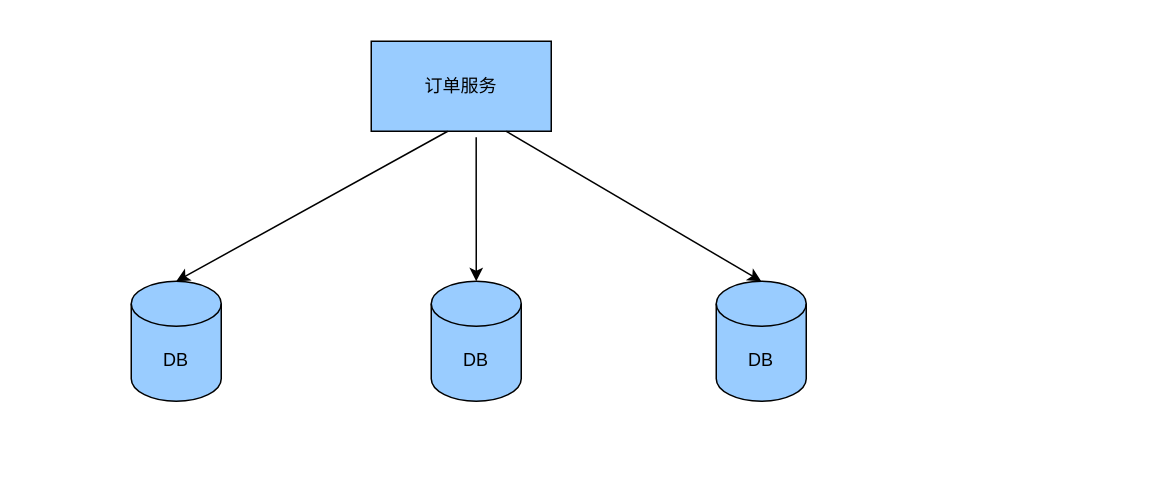
The draw.io diagram drawio/分布式ID.drawio in u014427391/javatrainingcamp, before the edit. Source tidied: cells renumbered, new cells numbered last; positions are measured from the earlier drawing's top-left corner, leaving out a move shared by most shapes. Both pictures are drawn from the tidied source at 150%, with x=0, y=0 at pixel (130, 40).
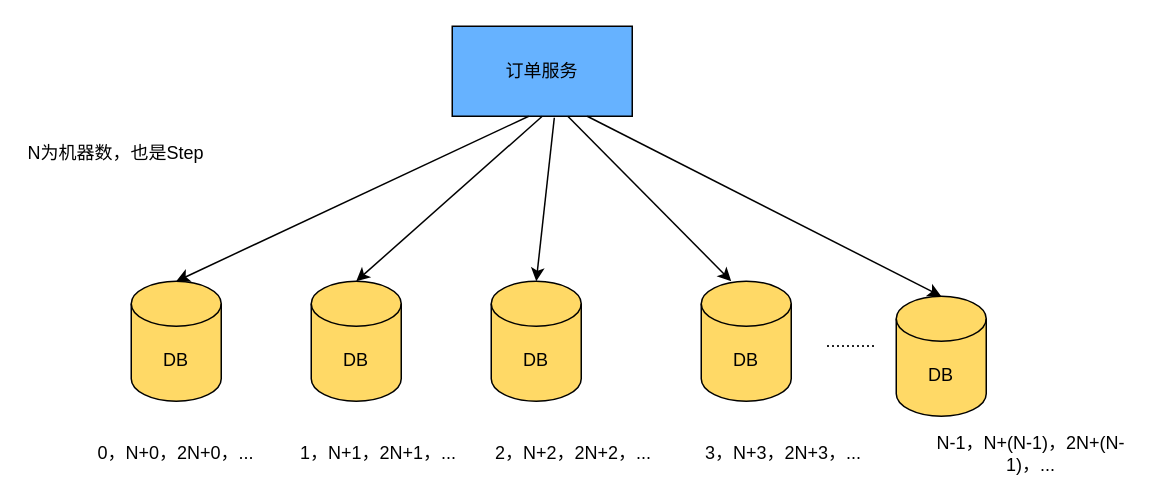
The same page after the edit.

Change to the diagram source:
```diff
@@
 <mxGraphModel>
   <root>
     <mxCell id="0" />
     <mxCell id="1" parent="0" />
-    <mxCell id="2" value="订单服务" style="rounded=0;whiteSpace=wrap;html=1;fillColor=#99CCFF;" parent="1" vertex="1">
-      <mxGeometry x="160" width="120" height="60" as="geometry" />
+    <mxCell id="2" value="订单服务" style="rounded=0;whiteSpace=wrap;html=1;fillColor=#66B2FF;" parent="1" vertex="1">
+      <mxGeometry x="214" y="-10" width="120" height="60" as="geometry" />
     </mxCell>
-    <mxCell id="3" value="DB" style="shape=cylinder3;whiteSpace=wrap;html=1;boundedLbl=1;backgroundOutline=1;size=15;fillColor=#99CCFF;" parent="1" vertex="1">
+    <mxCell id="3" value="DB" style="shape=cylinder3;whiteSpace=wrap;html=1;boundedLbl=1;backgroundOutline=1;size=15;fillColor=#FFD966;" parent="1" vertex="1">
       <mxGeometry y="160" width="60" height="80" as="geometry" />
     </mxCell>
-    <mxCell id="4" value="DB" style="shape=cylinder3;whiteSpace=wrap;html=1;boundedLbl=1;backgroundOutline=1;size=15;fillColor=#99CCFF;" parent="1" vertex="1">
-      <mxGeometry x="200" y="160" width="60" height="80" as="geometry" />
+    <mxCell id="4" value="DB" style="shape=cylinder3;whiteSpace=wrap;html=1;boundedLbl=1;backgroundOutline=1;size=15;fillColor=#FFD966;" parent="1" vertex="1">
+      <mxGeometry x="120" y="160" width="60" height="80" as="geometry" />
     </mxCell>
-    <mxCell id="5" value="DB" style="shape=cylinder3;whiteSpace=wrap;html=1;boundedLbl=1;backgroundOutline=1;size=15;fillColor=#99CCFF;" parent="1" vertex="1">
-      <mxGeometry x="390" y="160" width="60" height="80" as="geometry" />
+    <mxCell id="5" value="DB" style="shape=cylinder3;whiteSpace=wrap;html=1;boundedLbl=1;backgroundOutline=1;size=15;fillColor=#FFD966;" parent="1" vertex="1">
+      <mxGeometry x="510" y="170" width="60" height="80" as="geometry" />
     </mxCell>
     <mxCell id="6" style="endArrow=classic;html=1;rounded=0;exitX=0.425;exitY=1;exitDx=0;exitDy=0;exitPerimeter=0;entryX=0.5;entryY=0;entryDx=0;entryDy=0;entryPerimeter=0;" parent="1" edge="1" source="2" target="3">
       <mxGeometry relative="1" as="geometry" />
     </mxCell>
-    <mxCell id="7" style="endArrow=classic;html=1;rounded=0;exitX=0.583;exitY=1.067;exitDx=0;exitDy=0;entryX=0.5;entryY=0;entryDx=0;entryDy=0;entryPerimeter=0;exitPerimeter=0;" parent="1" edge="1" source="2" target="4">
+    <mxCell id="7" style="endArrow=classic;html=1;rounded=0;exitX=0.5;exitY=1;exitDx=0;exitDy=0;entryX=0.5;entryY=0;entryDx=0;entryDy=0;entryPerimeter=0;" parent="1" edge="1" source="2" target="4">
       <mxGeometry relative="1" as="geometry" />
     </mxCell>
     <mxCell id="8" style="endArrow=classic;html=1;rounded=0;exitX=0.75;exitY=1;exitDx=0;exitDy=0;entryX=0.5;entryY=0;entryDx=0;entryDy=0;entryPerimeter=0;" parent="1" edge="1" source="2" target="5">
       <mxGeometry relative="1" as="geometry" />
     </mxCell>
+    <mxCell id="9" value="0，N+0，2N+0，..." style="text;html=1;strokeColor=none;fillColor=none;align=center;verticalAlign=middle;whiteSpace=wrap;rounded=0;" parent="1" vertex="1">
+      <mxGeometry x="-30" y="260" width="120" height="30" as="geometry" />
+    </mxCell>
+    <mxCell id="10" value="1，N+1，2N+1，..." style="text;html=1;strokeColor=none;fillColor=none;align=center;verticalAlign=middle;whiteSpace=wrap;rounded=0;" parent="1" vertex="1">
+      <mxGeometry x="110" y="260" width="110" height="30" as="geometry" />
+    </mxCell>
+    <mxCell id="11" value="DB" style="shape=cylinder3;whiteSpace=wrap;html=1;boundedLbl=1;backgroundOutline=1;size=15;fillColor=#FFD966;" parent="1" vertex="1">
+      <mxGeometry x="240" y="160" width="60" height="80" as="geometry" />
+    </mxCell>
+    <mxCell id="12" value="DB" style="shape=cylinder3;whiteSpace=wrap;html=1;boundedLbl=1;backgroundOutline=1;size=15;fillColor=#FFD966;" parent="1" vertex="1">
+      <mxGeometry x="380" y="160" width="60" height="80" as="geometry" />
+    </mxCell>
+    <mxCell id="13" value="2，N+2，2N+2，..." style="text;html=1;strokeColor=none;fillColor=none;align=center;verticalAlign=middle;whiteSpace=wrap;rounded=0;" parent="1" vertex="1">
+      <mxGeometry x="240" y="260" width="110" height="30" as="geometry" />
+    </mxCell>
+    <mxCell id="14" value="3，N+3，2N+3，..." style="text;html=1;strokeColor=none;fillColor=none;align=center;verticalAlign=middle;whiteSpace=wrap;rounded=0;" parent="1" vertex="1">
+      <mxGeometry x="380" y="260" width="110" height="30" as="geometry" />
+    </mxCell>
+    <mxCell id="15" value="N-1，N+(N-1)，2N+(N-1)，..." style="text;html=1;strokeColor=none;fillColor=none;align=center;verticalAlign=middle;whiteSpace=wrap;rounded=0;" parent="1" vertex="1">
+      <mxGeometry x="520" y="260" width="160" height="30" as="geometry" />
+    </mxCell>
+    <mxCell id="16" value=".........." style="text;html=1;strokeColor=none;fillColor=none;align=center;verticalAlign=middle;whiteSpace=wrap;rounded=0;" parent="1" vertex="1">
+      <mxGeometry x="450" y="185" width="60" height="30" as="geometry" />
+    </mxCell>
+    <mxCell id="17" style="endArrow=classic;html=1;rounded=0;exitX=0.567;exitY=1.017;exitDx=0;exitDy=0;exitPerimeter=0;entryX=0.5;entryY=0;entryDx=0;entryDy=0;entryPerimeter=0;" parent="1" edge="1" source="2" target="11">
+      <mxGeometry relative="1" as="geometry" />
+    </mxCell>
+    <mxCell id="18" style="endArrow=classic;html=1;rounded=0;exitX=0.642;exitY=1;exitDx=0;exitDy=0;exitPerimeter=0;entryX=0.333;entryY=0;entryDx=0;entryDy=0;entryPerimeter=0;" parent="1" edge="1" source="2" target="12">
+      <mxGeometry relative="1" as="geometry" />
+    </mxCell>
+    <mxCell id="19" value="N为机器数，也是Step" style="text;html=1;strokeColor=none;fillColor=none;align=center;verticalAlign=middle;whiteSpace=wrap;rounded=0;" parent="1" vertex="1">
+      <mxGeometry x="-70" y="60" width="120" height="30" as="geometry" />
+    </mxCell>
   </root>
 </mxGraphModel>
```
